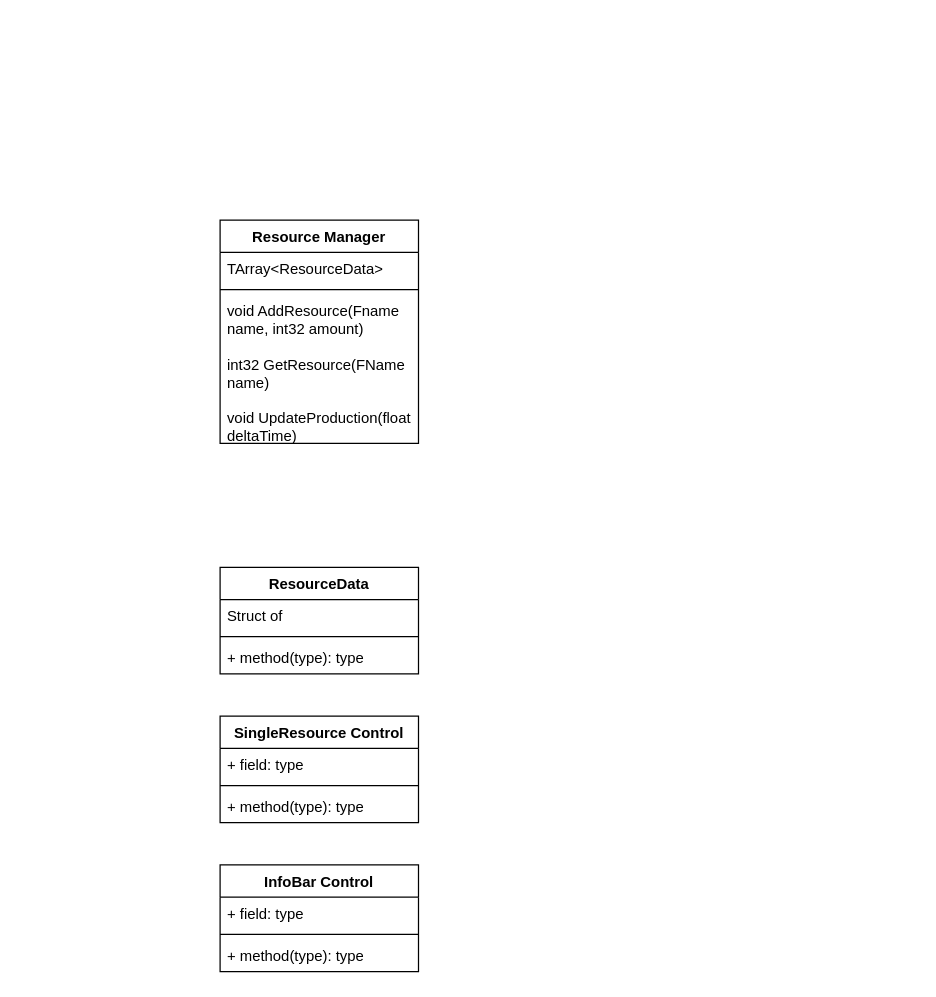
Before: Source/StrategyTemplate/Public/ResourceManager.drawio in btlomax/Strategy, a draw.io diagram. Source tidied: cells renumbered, new cells numbered last; positions are measured from the earlier drawing's top-left corner, leaving out a move shared by most shapes. Both pictures are drawn from the tidied source at 124%, with x=0, y=0 at pixel (219, 219).
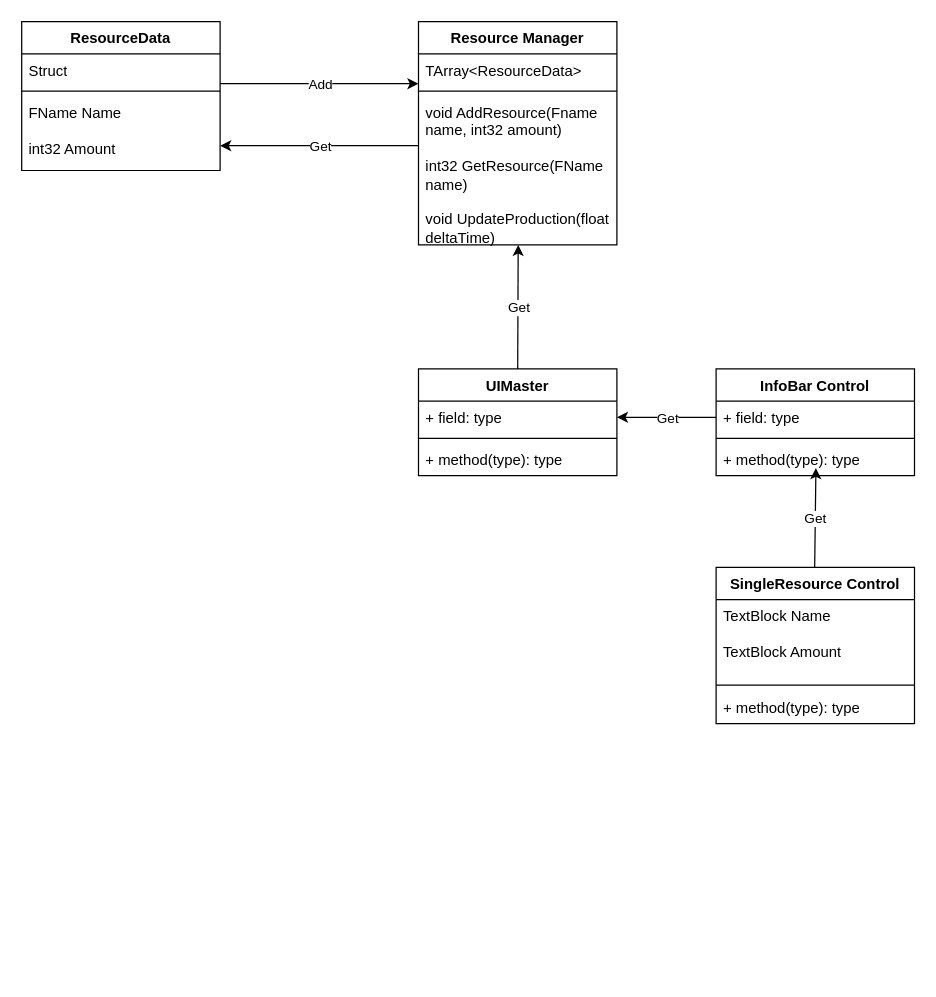
The same diagram, later.

Unchanged cells that the change refers to:
```xml
<mxCell id="15" value="+ field: type" style="text;strokeColor=none;fillColor=none;align=left;verticalAlign=top;spacingLeft=4;spacingRight=4;overflow=hidden;points=[[0,0.5],[1,0.5]];portConstraint=eastwest;whiteSpace=wrap;html=1;" parent="14" vertex="1">
  <mxGeometry y="26" width="160" height="26" as="geometry" />
</mxCell>
```

The edit, as a diff of the source:
```diff
@@
     <mxCell id="2" value="Resource Manager&lt;div&gt;&lt;br&gt;&lt;/div&gt;" style="swimlane;fontStyle=1;align=center;verticalAlign=top;horizontal=1;startSize=26;whiteSpace=wrap;html=1;" parent="1" vertex="1">
-      <mxGeometry width="160" height="180" as="geometry" />
+      <mxGeometry x="160" y="-160" width="160" height="180" as="geometry" />
     </mxCell>
@@
     <mxCell id="6" value="&lt;div&gt;ResourceData&lt;/div&gt;" style="swimlane;fontStyle=1;align=center;verticalAlign=top;horizontal=1;startSize=26;whiteSpace=wrap;html=1;" parent="1" vertex="1">
-      <mxGeometry y="280" width="160" height="86" as="geometry" />
+      <mxGeometry x="-160" y="-160" width="160" height="120" as="geometry" />
     </mxCell>
-    <mxCell id="7" value="Struct of&amp;nbsp;" style="text;strokeColor=none;fillColor=none;align=left;verticalAlign=top;spacingLeft=4;spacingRight=4;overflow=hidden;whiteSpace=wrap;html=1;" parent="6" vertex="1">
+    <mxCell id="7" value="Struct" style="text;strokeColor=none;fillColor=none;align=left;verticalAlign=top;spacingLeft=4;spacingRight=4;overflow=hidden;whiteSpace=wrap;html=1;" parent="6" vertex="1">
       <mxGeometry y="26" width="160" height="26" as="geometry" />
     </mxCell>
@@
-    <mxCell id="9" value="+ method(type): type" style="text;strokeColor=none;fillColor=none;align=left;verticalAlign=top;spacingLeft=4;spacingRight=4;overflow=hidden;whiteSpace=wrap;html=1;" parent="6" vertex="1">
-      <mxGeometry y="60" width="160" height="26" as="geometry" />
+    <mxCell id="9" value="FName Name&lt;div&gt;&lt;br&gt;&lt;/div&gt;&lt;div&gt;int32 Amount&lt;/div&gt;" style="text;strokeColor=none;fillColor=none;align=left;verticalAlign=top;spacingLeft=4;spacingRight=4;overflow=hidden;whiteSpace=wrap;html=1;" parent="6" vertex="1">
+      <mxGeometry y="60" width="160" height="60" as="geometry" />
     </mxCell>
     <mxCell id="10" value="&lt;div&gt;SingleResource Control&lt;/div&gt;" style="swimlane;fontStyle=1;align=center;verticalAlign=top;horizontal=1;startSize=26;whiteSpace=wrap;html=1;" parent="1" vertex="1">
-      <mxGeometry y="400" width="160" height="86" as="geometry" />
+      <mxGeometry x="400" y="280" width="160" height="126" as="geometry" />
     </mxCell>
-    <mxCell id="11" value="+ field: type" style="text;strokeColor=none;fillColor=none;align=left;verticalAlign=top;spacingLeft=4;spacingRight=4;overflow=hidden;whiteSpace=wrap;html=1;" parent="10" vertex="1">
-      <mxGeometry y="26" width="160" height="26" as="geometry" />
+    <mxCell id="11" value="TextBlock Name&lt;div&gt;&lt;br&gt;&lt;/div&gt;&lt;div&gt;TextBlock Amount&lt;/div&gt;" style="text;strokeColor=none;fillColor=none;align=left;verticalAlign=top;spacingLeft=4;spacingRight=4;overflow=hidden;whiteSpace=wrap;html=1;" parent="10" vertex="1">
+      <mxGeometry y="26" width="160" height="64" as="geometry" />
     </mxCell>
     <mxCell id="12" style="line;strokeWidth=1;fillColor=none;align=left;verticalAlign=middle;spacingTop=-1;spacingLeft=3;spacingRight=3;labelPosition=right;strokeColor=inherit;" parent="10" vertex="1">
-      <mxGeometry y="52" width="160" height="8" as="geometry" />
+      <mxGeometry y="90" width="160" height="10" as="geometry" />
     </mxCell>
     <mxCell id="13" value="+ method(type): type" style="text;strokeColor=none;fillColor=none;align=left;verticalAlign=top;spacingLeft=4;spacingRight=4;overflow=hidden;whiteSpace=wrap;html=1;" parent="10" vertex="1">
-      <mxGeometry y="60" width="160" height="26" as="geometry" />
+      <mxGeometry y="100" width="160" height="26" as="geometry" />
     </mxCell>
-    <mxCell id="14" value="&lt;div&gt;InfoBar Control&lt;/div&gt;" style="swimlane;fontStyle=1;align=center;verticalAlign=top;horizontal=1;startSize=26;whiteSpace=wrap;html=1;" parent="1" vertex="1">
-      <mxGeometry y="520" width="160" height="86" as="geometry" />
+    <mxCell id="14" value="&lt;div&gt;UIMaster&lt;/div&gt;" style="swimlane;fontStyle=1;align=center;verticalAlign=top;horizontal=1;startSize=26;whiteSpace=wrap;html=1;" parent="1" vertex="1">
+      <mxGeometry x="160" y="120" width="160" height="86" as="geometry" />
     </mxCell>
@@
+    <mxCell id="18" style="endArrow=classic;html=1;rounded=0;" parent="1" edge="1">
+      <mxGeometry relative="1" as="geometry">
+        <mxPoint y="-110" as="sourcePoint" />
+        <mxPoint x="160" y="-110" as="targetPoint" />
+      </mxGeometry>
+    </mxCell>
+    <mxCell id="19" value="Add" style="edgeLabel;html=1;align=center;verticalAlign=middle;" parent="18" vertex="1">
+      <mxGeometry relative="1" as="geometry" />
+    </mxCell>
+    <mxCell id="20" style="endArrow=classic;html=1;rounded=0;" parent="1" edge="1">
+      <mxGeometry relative="1" as="geometry">
+        <mxPoint x="160" y="-60" as="sourcePoint" />
+        <mxPoint y="-60" as="targetPoint" />
+      </mxGeometry>
+    </mxCell>
+    <mxCell id="21" value="Get" style="edgeLabel;html=1;align=center;verticalAlign=middle;" parent="20" vertex="1">
+      <mxGeometry relative="1" as="geometry" />
+    </mxCell>
+    <mxCell id="22" style="endArrow=classic;html=1;rounded=0;exitX=0.5;exitY=0;exitDx=0;exitDy=0;" parent="1" edge="1" source="14">
+      <mxGeometry relative="1" as="geometry">
+        <mxPoint x="240.4" y="20" as="targetPoint" />
+      </mxGeometry>
+    </mxCell>
+    <mxCell id="23" value="Get" style="edgeLabel;html=1;align=center;verticalAlign=middle;" parent="22" vertex="1">
+      <mxGeometry relative="1" as="geometry" />
+    </mxCell>
+    <mxCell id="24" value="&lt;div&gt;InfoBar Control&lt;/div&gt;" style="swimlane;fontStyle=1;align=center;verticalAlign=top;horizontal=1;startSize=26;whiteSpace=wrap;html=1;" parent="1" vertex="1">
+      <mxGeometry x="400" y="120" width="160" height="86" as="geometry" />
+    </mxCell>
+    <mxCell id="25" value="+ field: type" style="text;strokeColor=none;fillColor=none;align=left;verticalAlign=top;spacingLeft=4;spacingRight=4;overflow=hidden;points=[[0,0.5],[1,0.5]];portConstraint=eastwest;whiteSpace=wrap;html=1;" parent="24" vertex="1">
+      <mxGeometry y="26" width="160" height="26" as="geometry" />
+    </mxCell>
+    <mxCell id="26" style="line;strokeWidth=1;fillColor=none;align=left;verticalAlign=middle;spacingTop=-1;spacingLeft=3;spacingRight=3;labelPosition=right;strokeColor=inherit;" parent="24" vertex="1">
+      <mxGeometry y="52" width="160" height="8" as="geometry" />
+    </mxCell>
+    <mxCell id="27" value="+ method(type): type" style="text;strokeColor=none;fillColor=none;align=left;verticalAlign=top;spacingLeft=4;spacingRight=4;overflow=hidden;whiteSpace=wrap;html=1;" parent="24" vertex="1">
+      <mxGeometry y="60" width="160" height="26" as="geometry" />
+    </mxCell>
+    <mxCell id="28" style="endArrow=classic;html=1;rounded=0;entryX=1;entryY=0.5;entryDx=0;entryDy=0;exitX=0;exitY=0.5;exitDx=0;exitDy=0;" parent="1" edge="1" source="25" target="15">
+      <mxGeometry relative="1" as="geometry" />
+    </mxCell>
+    <mxCell id="29" value="Get" style="edgeLabel;html=1;align=center;verticalAlign=middle;" parent="28" vertex="1">
+      <mxGeometry relative="1" as="geometry" />
+    </mxCell>
+    <mxCell id="30" style="endArrow=classic;html=1;rounded=0;exitX=0.188;exitY=0;exitDx=0;exitDy=0;exitPerimeter=0;" parent="1" edge="1">
+      <mxGeometry relative="1" as="geometry">
+        <mxPoint x="479.5" y="280" as="sourcePoint" />
+        <mxPoint x="480.5" y="200" as="targetPoint" />
+      </mxGeometry>
+    </mxCell>
+    <mxCell id="31" value="Get" style="edgeLabel;html=1;align=center;verticalAlign=middle;" parent="30" vertex="1">
+      <mxGeometry relative="1" as="geometry" />
+    </mxCell>
```
